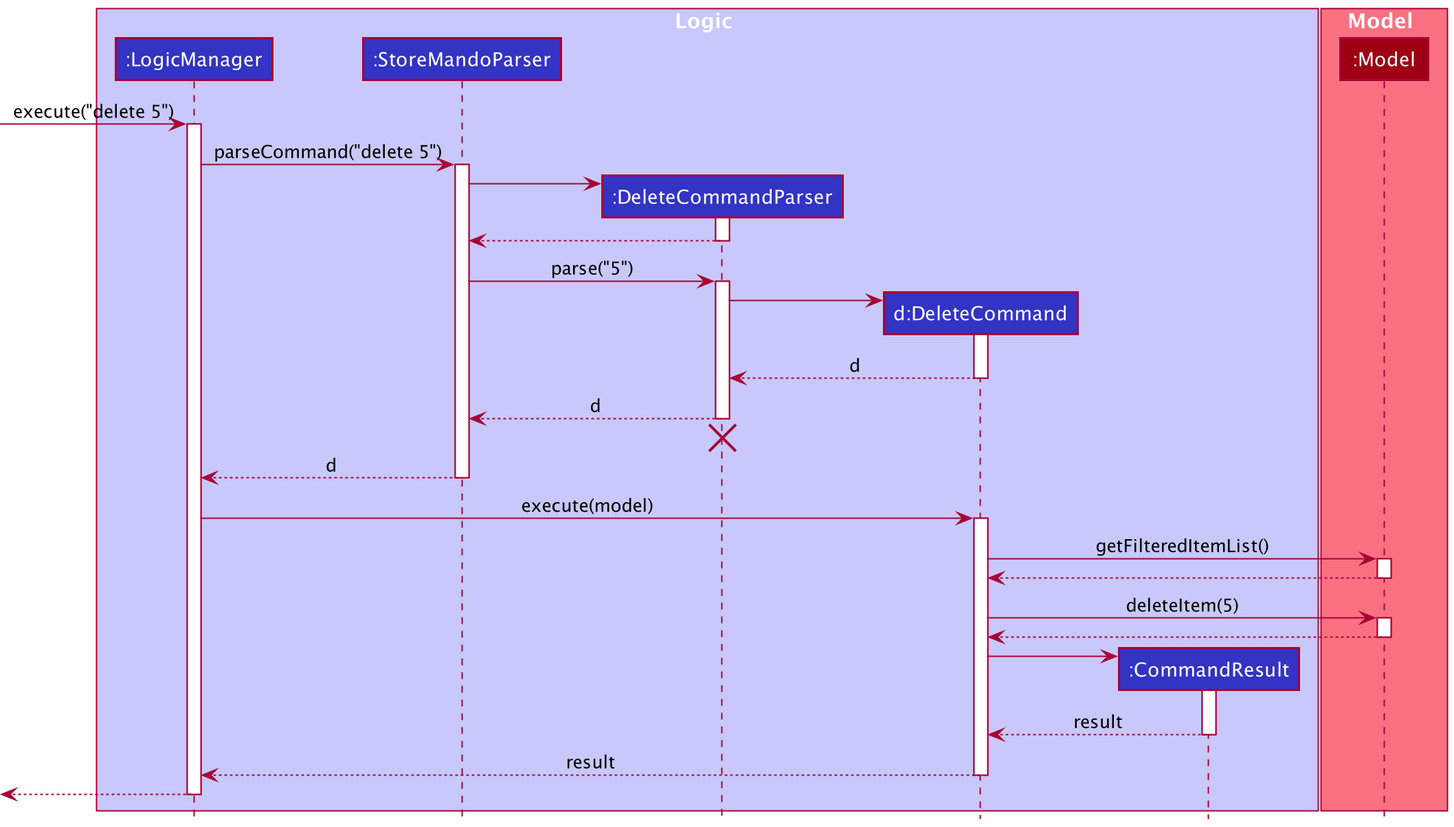
Earlier version of the PlantUML export docs/images/DeleteSequenceDiagram.png (nus-cs2103-AY2021S2/tp).
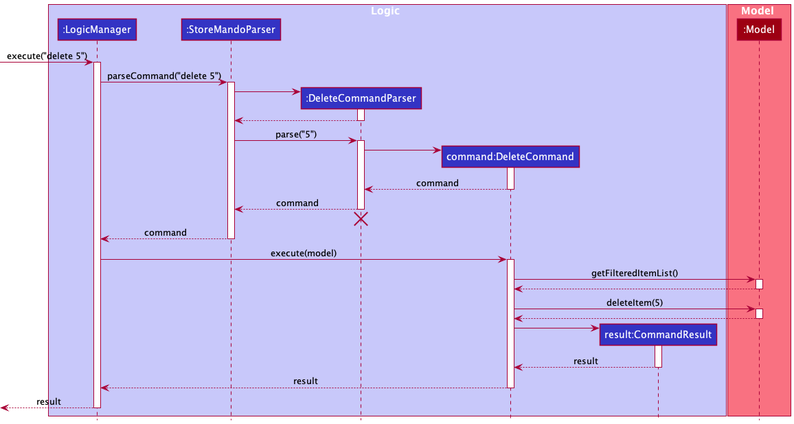
After the change.

Change to the diagram source:
```diff
@@ -5,8 +5,8 @@
 participant ":LogicManager" as LogicManager LOGIC_COLOR
 participant ":StoreMandoParser" as StoreMandoParser LOGIC_COLOR
 participant ":DeleteCommandParser" as DeleteCommandParser LOGIC_COLOR
-participant "d:DeleteCommand" as DeleteCommand LOGIC_COLOR
-participant ":CommandResult" as CommandResult LOGIC_COLOR
+participant "command:DeleteCommand" as DeleteCommand LOGIC_COLOR
+participant "result:CommandResult" as CommandResult LOGIC_COLOR
 end box
 
 box Model MODEL_COLOR_T1
@@ -33,15 +33,15 @@
 DeleteCommandParser -> DeleteCommand
 activate DeleteCommand
 
-DeleteCommand --> DeleteCommandParser : d
+DeleteCommand --> DeleteCommandParser : command
 deactivate DeleteCommand
 
-DeleteCommandParser --> StoreMandoParser : d
+DeleteCommandParser --> StoreMandoParser : command
 deactivate DeleteCommandParser
 DeleteCommandParser -[hidden]-> StoreMandoParser
 destroy DeleteCommandParser
 
-StoreMandoParser --> LogicManager : d
+StoreMandoParser --> LogicManager : command
 deactivate StoreMandoParser
 
 LogicManager -> DeleteCommand : execute(model)
@@ -69,6 +69,6 @@
 DeleteCommand --> LogicManager : result
 deactivate DeleteCommand
 
-[<--LogicManager
+[<--LogicManager : result
 deactivate LogicManager
 @enduml
```
